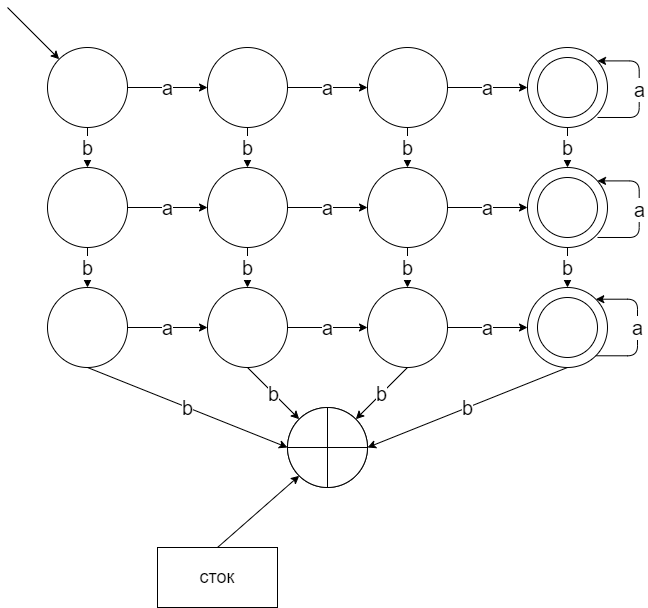
kajigor/fl-2021-hse-win keeps this draw.io diagram as 2task.png. Above is the earlier version. Source tidied: cells renumbered, new cells last; positions are measured from the earlier drawing's top-left corner, leaving out a move shared by most shapes.
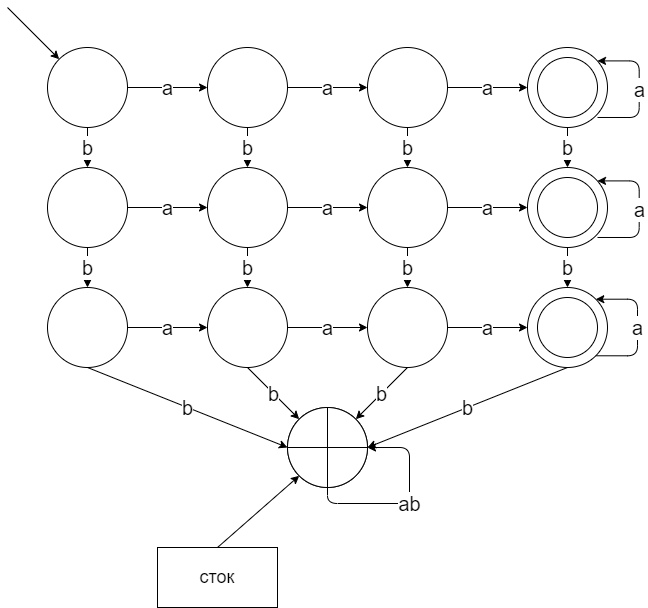
The same file after the commit.

The edit, as a diff of the source:
```diff
@@ -159,5 +159,15 @@
     <mxCell id="45" value="&lt;span style=&quot;font-size: 18px&quot;&gt;сток&lt;/span&gt;" style="rounded=0;whiteSpace=wrap;html=1;" parent="1" vertex="1">
       <mxGeometry x="150" y="540" width="120" height="60" as="geometry" />
     </mxCell>
+    <mxCell id="46" value="&lt;span style=&quot;font-size: 20px&quot;&gt;ab&lt;/span&gt;" style="edgeStyle=segmentEdgeStyle;endArrow=classic;html=1;strokeWidth=1;entryX=1;entryY=0;entryDx=0;entryDy=0;exitX=0.5;exitY=1;exitDx=0;exitDy=0;" parent="1" edge="1" source="40">
+      <mxGeometry relative="1" as="geometry">
+        <mxPoint x="360" y="440" as="targetPoint" />
+        <Array as="points">
+          <mxPoint x="320" y="496" />
+          <mxPoint x="402" y="496" />
+          <mxPoint x="402" y="440" />
+        </Array>
+      </mxGeometry>
+    </mxCell>
   </root>
 </mxGraphModel>
```
